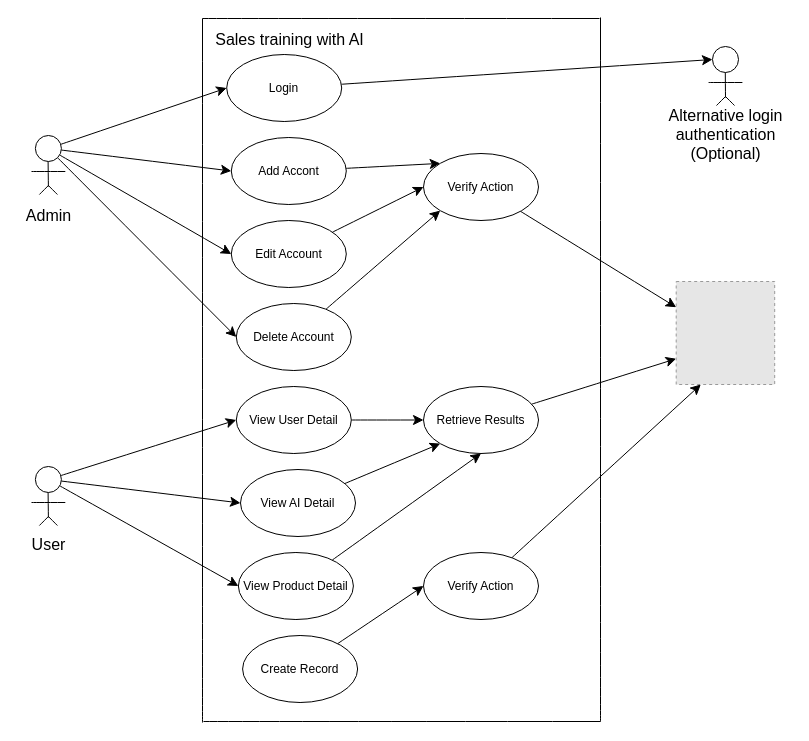
Before: diagrams/use_case_diagram.drawio in University-Bangkok-JW/cs497-project, a draw.io diagram. Source tidied: cells renumbered, new cells numbered last; positions are measured from the earlier drawing's top-left corner, leaving out a move shared by most shapes. Both pictures are drawn from the tidied source at 100%, with x=0, y=0 at pixel (16, 17). Pictures stored in the file or linked from it are replaced by grey dashed boxes.
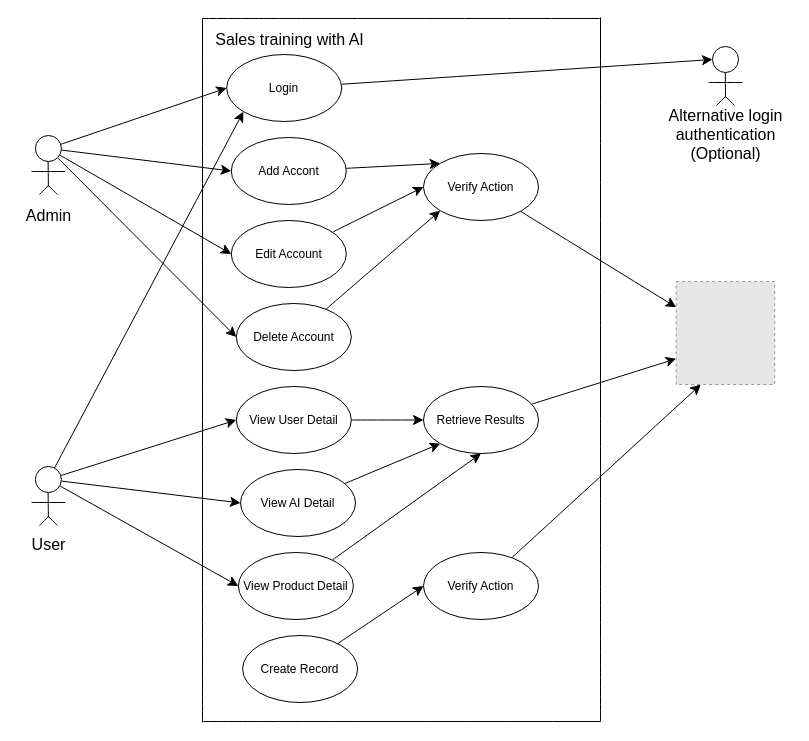
The same diagram, later.

Commit message:
Added User arrow to login

Unchanged cells that the change refers to:
```xml
<mxCell id="31" style="ellipse;whiteSpace=wrap;html=1;" parent="1" vertex="1">
  <mxGeometry x="18.9" y="449" width="26" height="26" as="geometry" />
</mxCell>
<mxCell id="39" value="Login" style="ellipse;whiteSpace=wrap;html=1;" parent="1" vertex="1">
  <mxGeometry x="210.2" y="37" width="115" height="67" as="geometry" />
</mxCell>
```

The edit, as a diff of the source:
```diff
@@
+    <mxCell id="55" style="edgeStyle=none;curved=1;rounded=0;jettySize=auto;html=1;entryX=0;entryY=1;entryDx=0;entryDy=0;fontSize=12;startSize=8;endSize=8;" parent="1" edge="1" source="31" target="39">
+      <mxGeometry relative="1" as="geometry" />
+    </mxCell>
```
